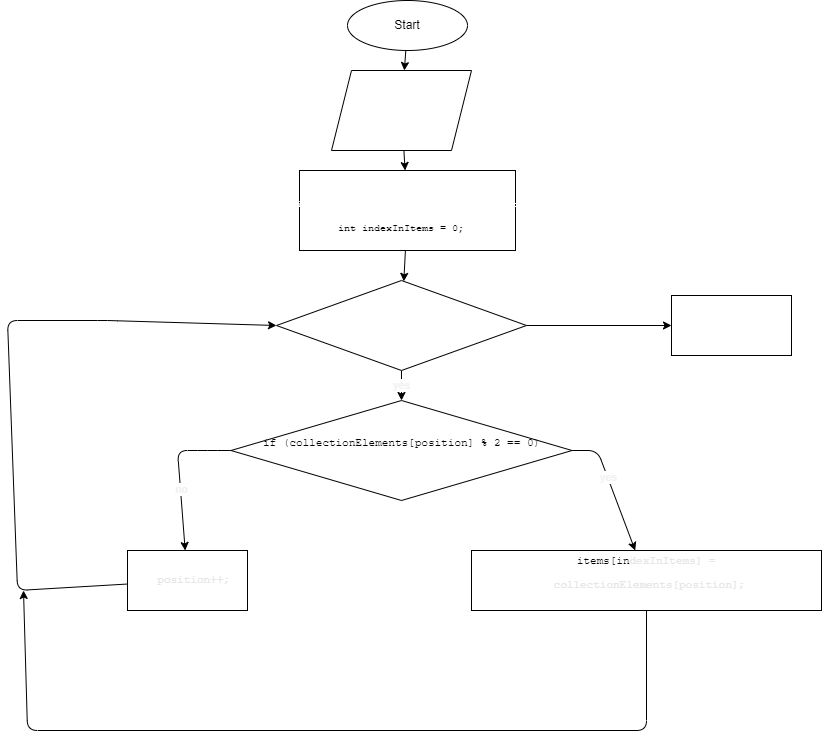
Before: ДЗ_5/diargam.drawio.png, a diagram exported from draw.io (TarasovaElen/-2). Source tidied: cells renumbered, new cells last; positions are measured from the earlier drawing's top-left corner, leaving out a move shared by most shapes.
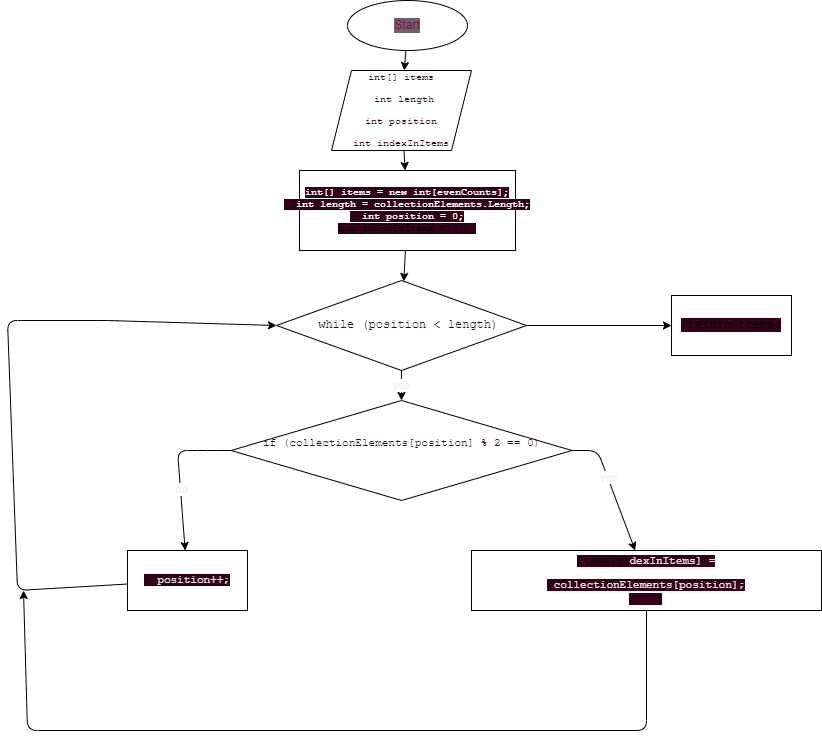
The same file after the commit.

The edit, as a diff of the source:
```diff
@@ -1,11 +1,11 @@
-<mxGraphModel>
+<mxGraphModel background="#ffffff">
   <root>
     <mxCell id="0" />
     <mxCell id="1" parent="0" />
     <mxCell id="2" style="edgeStyle=none;html=1;fontSize=10;fontColor=#FFFFFF;" parent="1" edge="1" source="3" target="13">
       <mxGeometry relative="1" as="geometry" />
     </mxCell>
-    <mxCell id="3" value="Start" style="ellipse;whiteSpace=wrap;html=1;" parent="1" vertex="1">
+    <mxCell id="3" value="&lt;font color=&quot;#99004d&quot;&gt;Start&lt;/font&gt;" style="ellipse;whiteSpace=wrap;html=1;labelBackgroundColor=#666666;" parent="1" vertex="1">
       <mxGeometry x="340" width="120" height="50" as="geometry" />
     </mxCell>
     <mxCell id="4" value="yes" style="edgeStyle=none;html=1;fontSize=11;fontColor=#F0F0F0;" parent="1" edge="1" source="6" target="11">
@@ -14,7 +14,7 @@
     <mxCell id="5" style="edgeStyle=none;html=1;fontSize=11;fontColor=#E6E6E6;" parent="1" edge="1" source="6" target="20">
       <mxGeometry relative="1" as="geometry" />
     </mxCell>
-    <mxCell id="6" value="&lt;pre style=&quot;overflow-wrap: break-word&quot;&gt;&lt;font color=&quot;#ffffff&quot;&gt;  while (position &amp;lt; length)&lt;/font&gt;&lt;/pre&gt;" style="rhombus;whiteSpace=wrap;html=1;" parent="1" vertex="1">
+    <mxCell id="6" value="&lt;pre style=&quot;overflow-wrap: break-word&quot;&gt;&lt;font color=&quot;#33001a&quot;&gt;  while (position &amp;lt; length)&lt;/font&gt;&lt;/pre&gt;" style="rhombus;whiteSpace=wrap;html=1;" parent="1" vertex="1">
       <mxGeometry x="269" y="280" width="250" height="90" as="geometry" />
     </mxCell>
     <mxCell id="7" style="edgeStyle=none;html=1;fontSize=11;fontColor=#F0F0F0;" parent="1" edge="1" source="11" target="17">
@@ -38,19 +38,19 @@
     <mxCell id="10" value="no" style="edgeLabel;html=1;align=center;verticalAlign=middle;fontSize=11;fontColor=#F0F0F0;" parent="9" vertex="1">
       <mxGeometry x="0.19" y="1" relative="1" as="geometry" />
     </mxCell>
-    <mxCell id="11" value="&lt;pre style=&quot;overflow-wrap: break-word; font-size: 11px;&quot;&gt;if (collectionElements[position] % 2 == 0)&lt;br style=&quot;font-size: 11px;&quot;&gt;&lt;/pre&gt;&lt;div style=&quot;font-size: 11px;&quot;&gt;&lt;br style=&quot;font-size: 11px;&quot;&gt;&lt;/div&gt;" style="rhombus;whiteSpace=wrap;html=1;fontSize=11;" parent="1" vertex="1">
+    <mxCell id="11" value="&lt;pre style=&quot;overflow-wrap: break-word ; font-size: 11px&quot;&gt;&lt;font color=&quot;#33001a&quot;&gt;if (collectionElements[position] % 2 == 0)&lt;br style=&quot;font-size: 11px&quot;&gt;&lt;/font&gt;&lt;/pre&gt;&lt;div style=&quot;font-size: 11px&quot;&gt;&lt;br style=&quot;font-size: 11px&quot;&gt;&lt;/div&gt;" style="rhombus;whiteSpace=wrap;html=1;fontSize=11;" parent="1" vertex="1">
       <mxGeometry x="223.5" y="400" width="341" height="100" as="geometry" />
     </mxCell>
     <mxCell id="12" style="edgeStyle=none;html=1;fontSize=10;fontColor=#FFFFFF;" parent="1" edge="1" source="13" target="15">
       <mxGeometry relative="1" as="geometry" />
     </mxCell>
-    <mxCell id="13" value="&lt;pre style=&quot;overflow-wrap: break-word; font-size: 10px;&quot;&gt;int[] items&lt;/pre&gt;&lt;pre style=&quot;overflow-wrap: break-word; font-size: 10px;&quot;&gt;&lt;pre style=&quot;overflow-wrap: break-word; font-size: 10px;&quot;&gt; int length&lt;/pre&gt;&lt;pre style=&quot;overflow-wrap: break-word; font-size: 10px;&quot;&gt;&lt;pre style=&quot;overflow-wrap: break-word; font-size: 10px;&quot;&gt;int position&lt;/pre&gt;&lt;pre style=&quot;overflow-wrap: break-word; font-size: 10px;&quot;&gt;&lt;pre style=&quot;overflow-wrap: break-word; font-size: 10px;&quot;&gt;int indexInItems&lt;/pre&gt;&lt;/pre&gt;&lt;/pre&gt;&lt;/pre&gt;" style="shape=parallelogram;perimeter=parallelogramPerimeter;whiteSpace=wrap;html=1;fixedSize=1;fontSize=10;fontColor=#FFFFFF;" parent="1" vertex="1">
+    <mxCell id="13" value="&lt;pre style=&quot;overflow-wrap: break-word ; font-size: 10px&quot;&gt;&lt;font color=&quot;#33001a&quot;&gt;int[] items&lt;/font&gt;&lt;/pre&gt;&lt;pre style=&quot;overflow-wrap: break-word ; font-size: 10px&quot;&gt;&lt;pre style=&quot;overflow-wrap: break-word ; font-size: 10px&quot;&gt;&lt;font color=&quot;#33001a&quot;&gt; int length&lt;/font&gt;&lt;/pre&gt;&lt;pre style=&quot;overflow-wrap: break-word ; font-size: 10px&quot;&gt;&lt;pre style=&quot;overflow-wrap: break-word ; font-size: 10px&quot;&gt;&lt;font color=&quot;#33001a&quot;&gt;int position&lt;/font&gt;&lt;/pre&gt;&lt;pre style=&quot;overflow-wrap: break-word ; font-size: 10px&quot;&gt;&lt;pre style=&quot;overflow-wrap: break-word ; font-size: 10px&quot;&gt;&lt;font color=&quot;#33001a&quot;&gt;int indexInItems&lt;/font&gt;&lt;/pre&gt;&lt;/pre&gt;&lt;/pre&gt;&lt;/pre&gt;" style="shape=parallelogram;perimeter=parallelogramPerimeter;whiteSpace=wrap;html=1;fixedSize=1;fontSize=10;fontColor=#FFFFFF;" parent="1" vertex="1">
       <mxGeometry x="324" y="70" width="140" height="80" as="geometry" />
     </mxCell>
     <mxCell id="14" style="edgeStyle=none;html=1;fontSize=10;fontColor=#FFFFFF;" parent="1" edge="1" source="15" target="6">
       <mxGeometry relative="1" as="geometry" />
     </mxCell>
-    <mxCell id="15" value="&lt;pre style=&quot;overflow-wrap: break-word ; font-size: 10px&quot;&gt;&lt;font color=&quot;#ffffff&quot;&gt;int[] items = new int[evenCounts];&lt;br&gt;  int length = collectionElements.Length;&lt;br&gt;  int position = 0;&lt;br&gt;&lt;/font&gt;int indexInItems = 0;&lt;font color=&quot;#ffffff&quot;&gt;  &lt;br&gt;&lt;/font&gt;&lt;/pre&gt;" style="rounded=0;whiteSpace=wrap;html=1;" parent="1" vertex="1">
+    <mxCell id="15" value="&lt;pre style=&quot;overflow-wrap: break-word ; font-size: 10px&quot;&gt;&lt;span style=&quot;background-color: rgb(51 , 0 , 26)&quot;&gt;&lt;font color=&quot;#ffffff&quot;&gt;int[] items = new int[evenCounts];&lt;br&gt;  int length = collectionElements.Length;&lt;br&gt;  int position = 0;&lt;br&gt;&lt;/font&gt;int indexInItems = 0;&lt;/span&gt;&lt;font color=&quot;#ffffff&quot;&gt;&lt;span style=&quot;background-color: rgb(51 , 0 , 26)&quot;&gt;  &lt;/span&gt;&lt;br&gt;&lt;/font&gt;&lt;/pre&gt;" style="rounded=0;whiteSpace=wrap;html=1;" parent="1" vertex="1">
       <mxGeometry x="292" y="170" width="216" height="80" as="geometry" />
     </mxCell>
     <mxCell id="16" style="edgeStyle=none;html=1;fontSize=11;fontColor=#E6E6E6;" parent="1" edge="1" source="17">
@@ -62,10 +62,10 @@
         </Array>
       </mxGeometry>
     </mxCell>
-    <mxCell id="17" value="&lt;pre style=&quot;overflow-wrap: break-word&quot;&gt;items[in&lt;font color=&quot;#e6e6e6&quot;&gt;dexInItems] =&lt;/font&gt;&lt;/pre&gt;&lt;pre style=&quot;overflow-wrap: break-word&quot;&gt;&lt;font color=&quot;#e6e6e6&quot;&gt; collectionElements[position];&lt;br&gt;     &lt;/font&gt;&lt;/pre&gt;" style="whiteSpace=wrap;html=1;fontSize=11;" parent="1" vertex="1">
+    <mxCell id="17" value="&lt;pre style=&quot;overflow-wrap: break-word&quot;&gt;&lt;span style=&quot;background-color: rgb(51 , 0 , 26)&quot;&gt;items[in&lt;font color=&quot;#e6e6e6&quot;&gt;dexInItems] =&lt;/font&gt;&lt;/span&gt;&lt;/pre&gt;&lt;pre style=&quot;overflow-wrap: break-word&quot;&gt;&lt;font color=&quot;#e6e6e6&quot; style=&quot;background-color: rgb(51 , 0 , 26)&quot;&gt; collectionElements[position];&lt;br&gt;     &lt;/font&gt;&lt;/pre&gt;" style="whiteSpace=wrap;html=1;fontSize=11;" parent="1" vertex="1">
       <mxGeometry x="464" y="550" width="350" height="60" as="geometry" />
     </mxCell>
-    <mxCell id="18" style="edgeStyle=none;html=1;fontSize=11;fontColor=#E6E6E6;entryX=0;entryY=0.5;entryDx=0;entryDy=0;" parent="1" edge="1" source="19" target="6">
+    <mxCell id="18" style="edgeStyle=none;html=1;fontSize=11;fontColor=#33001A;entryX=0;entryY=0.5;entryDx=0;entryDy=0;" parent="1" edge="1" source="19" target="6">
       <mxGeometry relative="1" as="geometry">
         <Array as="points">
           <mxPoint x="10" y="590" />
@@ -74,10 +74,10 @@
         </Array>
       </mxGeometry>
     </mxCell>
-    <mxCell id="19" value="&lt;pre style=&quot;overflow-wrap: break-word&quot;&gt;&lt;font color=&quot;#e6e6e6&quot;&gt;  position++;&lt;/font&gt;&lt;/pre&gt;" style="whiteSpace=wrap;html=1;fontSize=11;" parent="1" vertex="1">
+    <mxCell id="19" value="&lt;pre style=&quot;overflow-wrap: break-word&quot;&gt;&lt;font color=&quot;#e6e6e6&quot; style=&quot;background-color: rgb(51 , 0 , 26)&quot;&gt;  position++;&lt;/font&gt;&lt;/pre&gt;" style="whiteSpace=wrap;html=1;fontSize=11;" parent="1" vertex="1">
       <mxGeometry x="120" y="550" width="120" height="60" as="geometry" />
     </mxCell>
-    <mxCell id="20" style="whiteSpace=wrap;html=1;" parent="1" vertex="1">
+    <mxCell id="20" value="&lt;pre style=&quot;overflow-wrap: break-word&quot;&gt;&lt;span style=&quot;background-color: rgb(51 , 0 , 26)&quot;&gt; return items;&lt;/span&gt;&lt;/pre&gt;" style="whiteSpace=wrap;html=1;" parent="1" vertex="1">
       <mxGeometry x="664" y="295" width="120" height="60" as="geometry" />
     </mxCell>
   </root>
```
